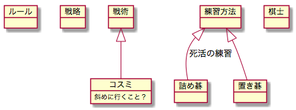
Shinsuke-Abe/IgoKnowledgeModeling keeps this PlantUML diagram as KnowledgeBase.png. Above is the earlier version. The source it was exported from:
```plantuml
@startuml

object ルール
object 戦略
object 戦術

object コスミ {
  斜めに行くこと？
}

戦術 <|-- コスミ

object 練習方法

object 詰め碁
object 置き碁

練習方法 <|-- 詰め碁 : 死活の練習
練習方法 <|-- 置き碁

object 棋士

@enduml
```
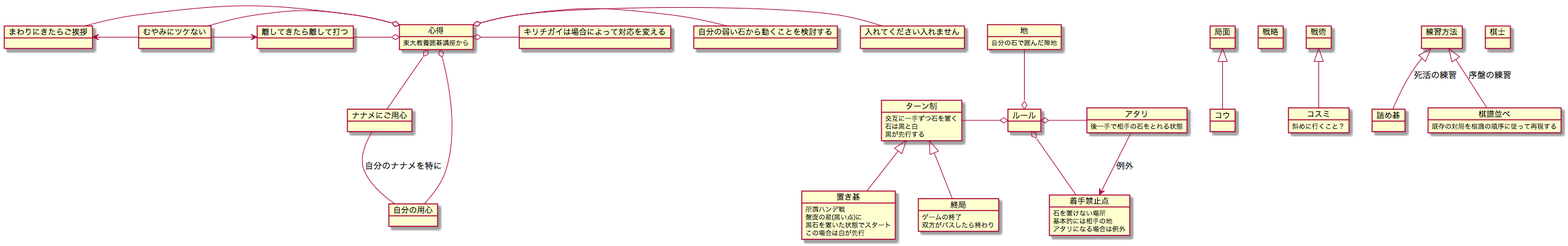
Above is the later version.

Commit message:
evernoteにメモしていたルールや心得を反映

The edit, as a diff of the source:
```diff
@@ -1,6 +1,51 @@
 @startuml
 
 object ルール
+
+object ターン制 {
+  交互に一手ずつ石を置く
+  石は黒と白
+  黒が先行する
+}
+object 置き碁 {
+  所謂ハンデ戦
+  盤面の星(黒い点)に
+  黒石を置いた状態でスタート
+  この場合は白が先行
+}
+object 終局 {
+  ゲームの終了
+  双方がパスしたら終わり
+}
+
+object 地 {
+  自分の石で囲んだ陣地
+}
+object 着手禁止点 {
+  石を置けない場所
+  基本的には相手の地
+  アタリになる場合は例外
+}
+object アタリ {
+  後一手で相手の石をとれる状態
+}
+
+ルール o-l- ターン制
+ルール o-u- 地
+ルール o-d- 着手禁止点
+ルール o- アタリ
+着手禁止点 <-d- アタリ : 例外
+ターン制 <|-- 置き碁
+ターン制 <|-- 終局
+
+object 局面
+
+object コウ {
+
+}
+
+局面 <|-- コウ
+
 object 戦略
 object 戦術
 
@@ -13,11 +58,38 @@
 object 練習方法
 
 object 詰め碁
-object 置き碁
+object 棋譜並べ {
+  既存の対局を棋譜の順序に従って再現する
+}
 
 練習方法 <|-- 詰め碁 : 死活の練習
-練習方法 <|-- 置き碁
+練習方法 <|-- 棋譜並べ : 序盤の練習
 
 object 棋士
 
+object 心得 {
+  東大教養囲碁講座から
+}
+object まわりにきたらご挨拶
+object ナナメにご用心
+object 入れてください入れません
+object 自分の用心
+object 自分の弱い石から動くことを検討する
+object キリチガイは場合によって対応を変える
+object 離してきたら離して打つ
+object むやみにツケない
+
+心得 o-l- まわりにきたらご挨拶
+心得 o-d- ナナメにご用心
+心得 o-d- 自分の用心
+心得 o- 入れてください入れません
+心得 o- 自分の弱い石から動くことを検討する
+心得 o- キリチガイは場合によって対応を変える
+心得 o-l- 離してきたら離して打つ
+心得 o-l- むやみにツケない
+ナナメにご用心 -- 自分の用心 : 自分のナナメを特に
+離してきたら離して打つ <-d- むやみにツケない
+まわりにきたらご挨拶 <-u- むやみにツケない
+
+
 @enduml
```
